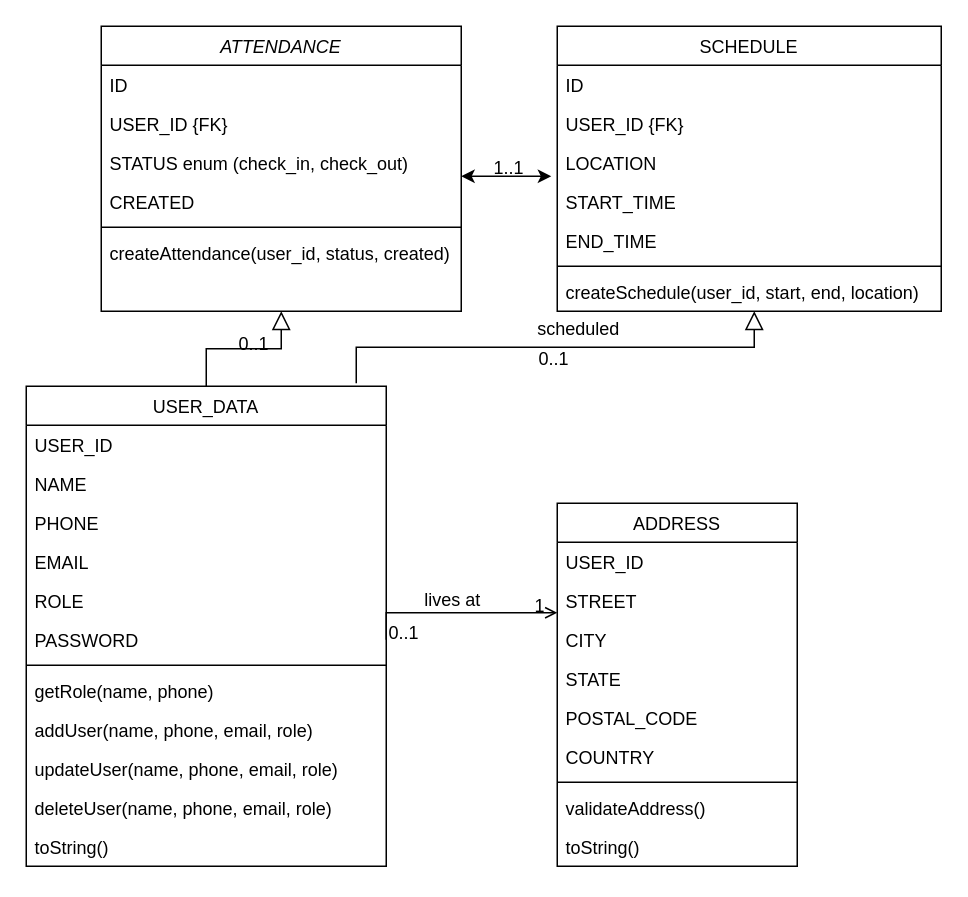
Earlier version of the draw.io diagram src/main/resources/templates/Untitled Diagram.drawio (prashant2jan/suits-finder). Source tidied: cells renumbered, new cells numbered last; positions are measured from the earlier drawing's top-left corner, leaving out a move shared by most shapes. Both pictures are drawn from the tidied source at 150%, with x=0, y=0 at pixel (26, 26).
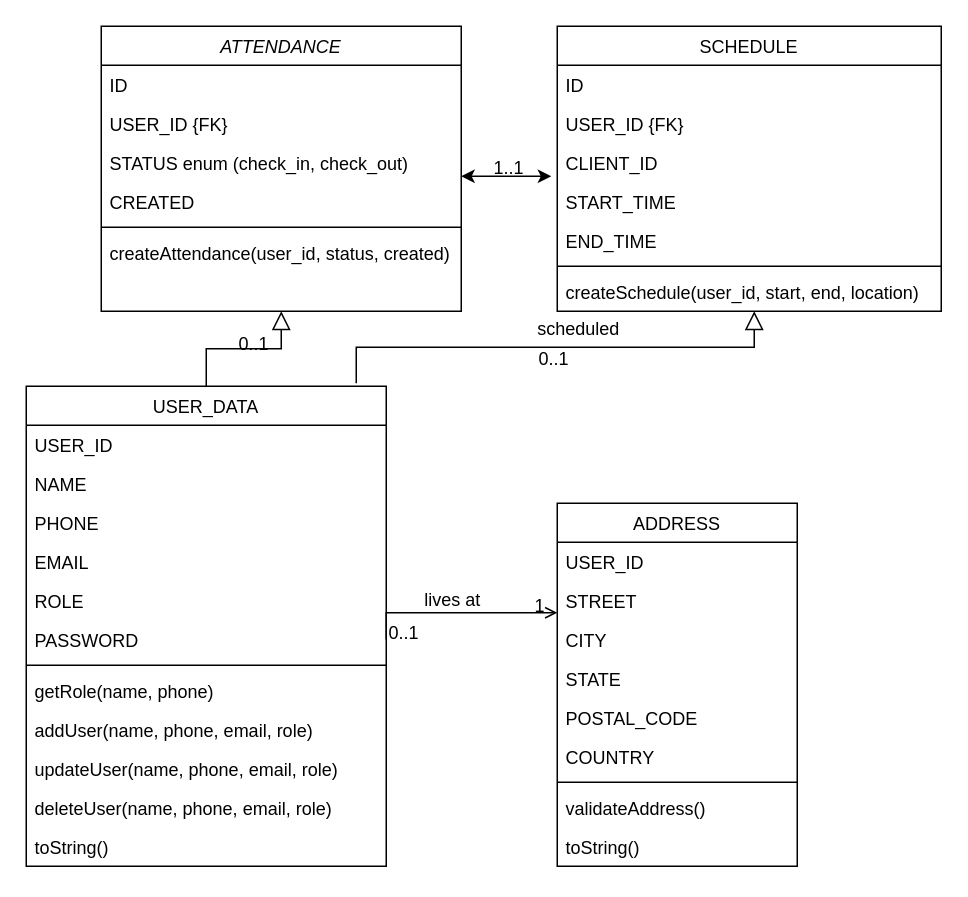
Above is the later version.

Unchanged cells that the change refers to:
```xml
<mxCell id="38" value="SCHEDULE" style="swimlane;fontStyle=0;align=center;verticalAlign=top;horizontal=1;startSize=26;rounded=0;shadow=0;strokeWidth=1;" parent="1" vertex="1">
  <mxGeometry x="354" width="256" height="190" as="geometry" />
</mxCell>
```

The edit, as a diff of the source:
```diff
@@
-    <mxCell id="41" value="LOCATION" style="text;align=left;verticalAlign=top;spacingLeft=4;spacingRight=4;overflow=hidden;rounded=0;shadow=0;html=0;" parent="38" vertex="1">
+    <mxCell id="41" value="CLIENT_ID" style="text;align=left;verticalAlign=top;spacingLeft=4;spacingRight=4;overflow=hidden;rounded=0;shadow=0;html=0;" parent="38" vertex="1">
       <mxGeometry y="78" width="256" height="26" as="geometry" />
     </mxCell>
```
